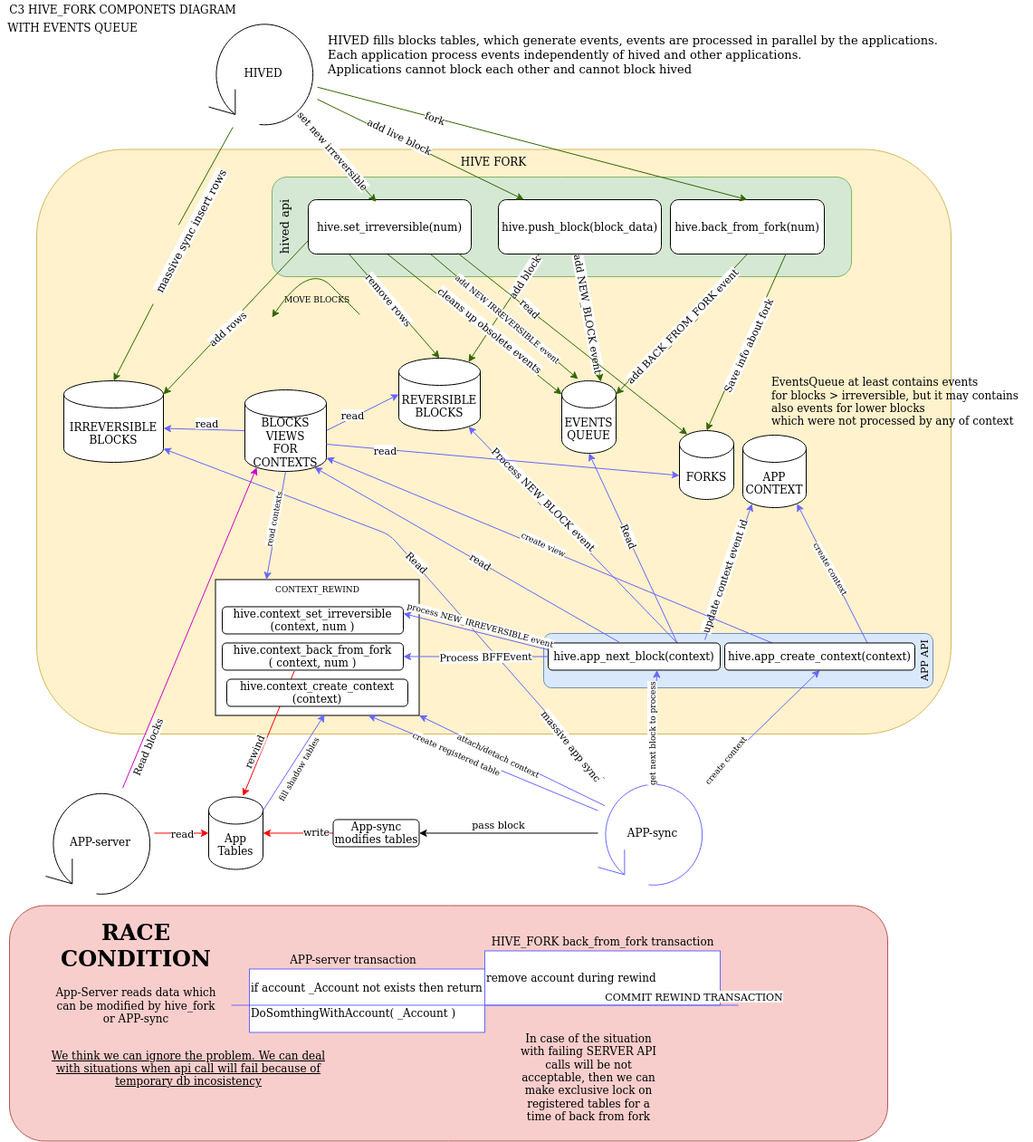
This is doc/evq_c3.png from openhive-network/HAfAH, a draw.io export, as it was before one commit. Source tidied: cells renumbered, new cells last; positions are measured from the earlier drawing's top-left corner, leaving out a move shared by most shapes.
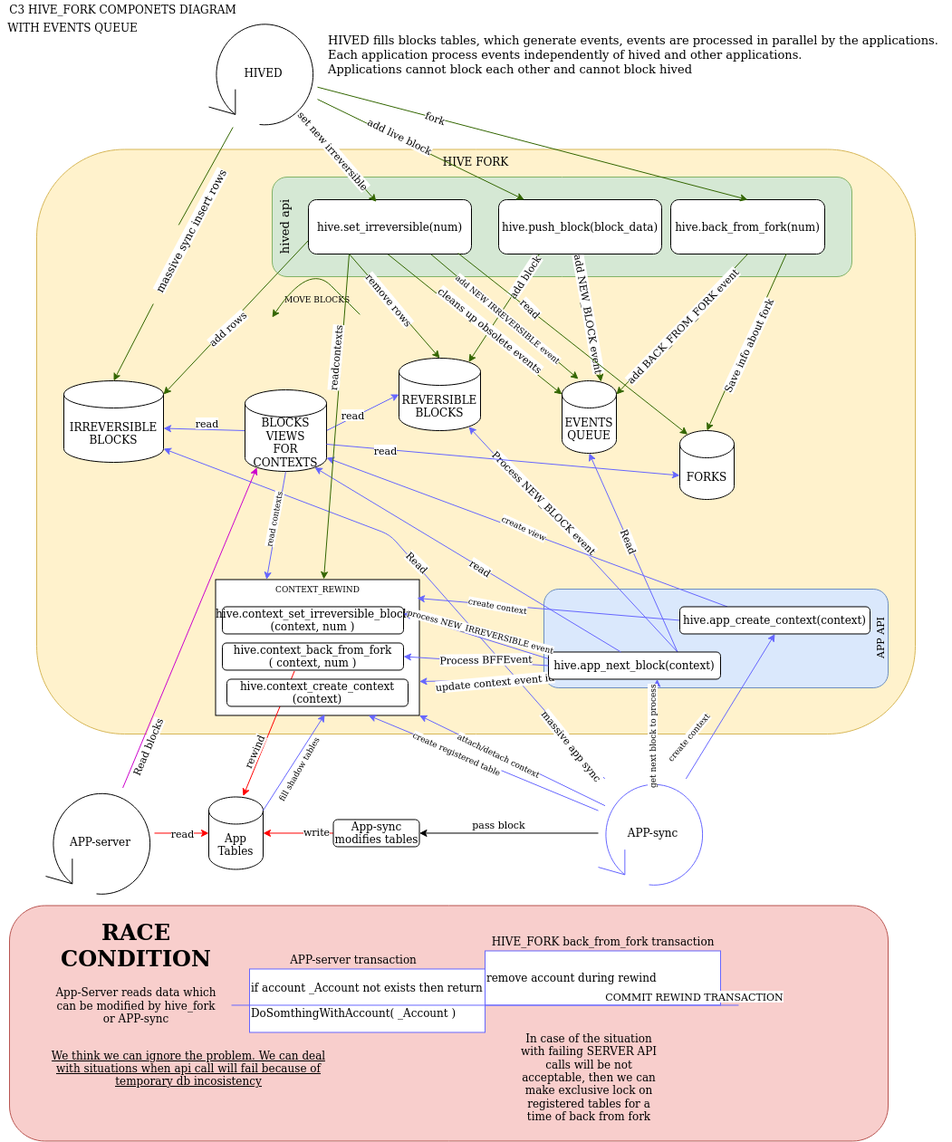
After the change.

The edit, as a diff of the source:
```diff
@@ -3,10 +3,10 @@
     <mxCell id="0" />
     <mxCell id="1" parent="0" />
     <mxCell id="2" value="HIVE FORK" style="rounded=1;whiteSpace=wrap;html=1;strokeColor=#d6b656;align=center;verticalAlign=top;fillColor=#fff2cc;" parent="1" vertex="1">
-      <mxGeometry x="40" y="164.5" width="1010" height="645.5" as="geometry" />
+      <mxGeometry x="40" y="164.5" width="970" height="645.5" as="geometry" />
     </mxCell>
     <mxCell id="3" value="&lt;div&gt;APP API&lt;br&gt;&lt;/div&gt;" style="rounded=1;whiteSpace=wrap;html=1;labelBackgroundColor=none;fontSize=11;align=center;horizontal=0;verticalAlign=bottom;fillColor=#dae8fc;strokeColor=#6c8ebf;" parent="1" vertex="1">
-      <mxGeometry x="600" y="699" width="430" height="60" as="geometry" />
+      <mxGeometry x="600" y="650" width="380" height="109" as="geometry" />
     </mxCell>
     <mxCell id="4" value="&lt;div&gt;hived api&lt;br&gt;&lt;/div&gt;" style="rounded=1;whiteSpace=wrap;html=1;labelBackgroundColor=none;fontSize=13;align=center;horizontal=0;verticalAlign=top;fillColor=#d5e8d4;strokeColor=#82b366;" parent="1" vertex="1">
       <mxGeometry x="300" y="195" width="640" height="110" as="geometry" />
@@ -183,16 +183,16 @@
         <mxPoint x="33" y="-10" as="offset" />
       </mxGeometry>
     </mxCell>
-    <mxCell id="49" style="edgeStyle=none;rounded=0;jettySize=auto;html=1;exitX=0.911;exitY=-0.116;exitDx=0;exitDy=0;entryX=0.145;entryY=1;entryDx=0;entryDy=-4.35;entryPerimeter=0;fontSize=13;fontColor=#000000;strokeColor=#6666FF;exitPerimeter=0;" parent="1" edge="1" source="51" target="106">
+    <mxCell id="49" style="edgeStyle=none;rounded=0;jettySize=auto;html=1;exitX=0;exitY=1;exitDx=0;exitDy=0;entryX=1;entryY=0.75;entryDx=0;entryDy=0;fontSize=13;fontColor=#000000;strokeColor=#6666FF;" parent="1" edge="1" source="51" target="81">
       <mxGeometry relative="1" as="geometry" />
     </mxCell>
-    <mxCell id="50" value="&lt;font style=&quot;font-size: 11px;&quot;&gt;update context event id&lt;/font&gt;" style="edgeLabel;html=1;align=center;verticalAlign=middle;fontSize=11;fontColor=#000000;rotation=289;" parent="49" vertex="1">
+    <mxCell id="50" value="&lt;font style=&quot;font-size: 11px;&quot;&gt;update context event id&lt;/font&gt;" style="edgeLabel;html=1;align=center;verticalAlign=middle;fontSize=11;fontColor=#000000;rotation=-5;" parent="49" vertex="1">
       <mxGeometry x="0.38" y="-2" relative="1" as="geometry">
-        <mxPoint x="-16" y="33" as="offset" />
+        <mxPoint x="38" y="3" as="offset" />
       </mxGeometry>
     </mxCell>
     <mxCell id="51" value="hive.app_next_block(context)" style="rounded=1;whiteSpace=wrap;html=1;fontColor=#000000;align=center;" parent="1" vertex="1">
-      <mxGeometry x="605" y="709.5" width="190" height="30" as="geometry" />
+      <mxGeometry x="605" y="719.5" width="190" height="30" as="geometry" />
     </mxCell>
     <mxCell id="52" style="endArrow=classic;html=1;fontColor=#000000;exitX=0.421;exitY=0;exitDx=0;exitDy=0;exitPerimeter=0;strokeColor=#6666FF;entryX=0.855;entryY=1;entryDx=0;entryDy=-4.35;entryPerimeter=0;" parent="1" edge="1" source="51" target="78">
       <mxGeometry relative="1" as="geometry" />
@@ -257,9 +257,6 @@
         <mxPoint x="785" y="1104.5" as="targetPoint" />
       </mxGeometry>
     </mxCell>
-    <mxCell id="69" value="&lt;div align=&quot;left&quot;&gt;EventsQueue at least contains events&lt;/div&gt;&lt;div align=&quot;left&quot;&gt;for blocks &amp;gt; irreversible, but it may contains&lt;/div&gt;&lt;div align=&quot;left&quot;&gt;also events for lower blocks&lt;/div&gt;&lt;div align=&quot;left&quot;&gt;which were not processed by any of context&lt;br&gt;&lt;/div&gt;&lt;div align=&quot;left&quot;&gt;&lt;br&gt;&lt;/div&gt;" style="text;html=1;align=left;verticalAlign=middle;strokeColor=none;fontColor=#000000;" parent="1" vertex="1">
-      <mxGeometry x="850" y="410" width="290" height="80" as="geometry" />
-    </mxCell>
     <mxCell id="70" value="We think we can ignore the problem. We can deal with situations when api call will fail because of temporary db incosistency" style="text;html=1;strokeColor=none;fillColor=none;align=center;verticalAlign=middle;whiteSpace=wrap;rounded=0;labelBackgroundColor=none;fontColor=#000000;fontStyle=4;" parent="1" vertex="1">
       <mxGeometry x="47.5" y="1169.5" width="320" height="20" as="geometry" />
     </mxCell>
@@ -341,7 +338,7 @@
         <mxPoint x="-58" y="56" as="offset" />
       </mxGeometry>
     </mxCell>
-    <mxCell id="93" value="&lt;div&gt;hive.context_set_irreversible&lt;/div&gt;&lt;div&gt;(context, num )&lt;/div&gt;" style="rounded=1;whiteSpace=wrap;html=1;fontColor=#000000;align=center;" parent="1" vertex="1">
+    <mxCell id="93" value="&lt;div&gt;hive.context_set_irreversible_block&lt;/div&gt;&lt;div&gt;(context, num )&lt;/div&gt;" style="rounded=1;whiteSpace=wrap;html=1;fontColor=#000000;align=center;" parent="1" vertex="1">
       <mxGeometry x="245" y="669.5" width="200" height="30" as="geometry" />
     </mxCell>
     <mxCell id="94" style="edgeStyle=none;rounded=0;jettySize=auto;html=1;exitX=0;exitY=0.25;exitDx=0;exitDy=0;entryX=1;entryY=0.25;entryDx=0;entryDy=0;fontSize=9;fontColor=#000000;strokeColor=#6666FF;" parent="1" edge="1" source="51" target="93">
@@ -352,12 +349,12 @@
         <mxPoint x="-26" y="-17" as="offset" />
       </mxGeometry>
     </mxCell>
-    <mxCell id="96" style="edgeStyle=none;rounded=0;jettySize=auto;html=1;exitX=0.75;exitY=0;exitDx=0;exitDy=0;entryX=0.855;entryY=1;entryDx=0;entryDy=-4.35;fontSize=9;fontColor=#000000;strokeColor=#6666FF;entryPerimeter=0;" parent="1" edge="1" source="100" target="106">
+    <mxCell id="96" style="edgeStyle=none;rounded=0;jettySize=auto;html=1;exitX=0;exitY=0.5;exitDx=0;exitDy=0;entryX=0.989;entryY=0.137;entryDx=0;entryDy=0;fontSize=9;fontColor=#000000;strokeColor=#6666FF;entryPerimeter=0;" parent="1" edge="1" source="100" target="81">
       <mxGeometry relative="1" as="geometry" />
     </mxCell>
-    <mxCell id="97" value="create context" style="edgeLabel;html=1;align=center;verticalAlign=middle;fontSize=9;fontColor=#000000;rotation=60;" parent="96" vertex="1">
+    <mxCell id="97" value="create context" style="edgeLabel;html=1;align=center;verticalAlign=middle;fontSize=9;fontColor=#000000;rotation=10;" parent="96" vertex="1">
       <mxGeometry x="0.19" relative="1" as="geometry">
-        <mxPoint x="6" y="9" as="offset" />
+        <mxPoint x="-29" y="-2" as="offset" />
       </mxGeometry>
     </mxCell>
     <mxCell id="98" style="edgeStyle=none;rounded=0;jettySize=auto;html=1;exitX=0.25;exitY=0;exitDx=0;exitDy=0;entryX=1;entryY=1;entryDx=0;entryDy=-15;entryPerimeter=0;fontSize=9;fontColor=#000000;strokeColor=#6666FF;" parent="1" edge="1" source="100" target="78">
@@ -369,7 +366,7 @@
       </mxGeometry>
     </mxCell>
     <mxCell id="100" value="hive.app_create_context(context)" style="rounded=1;whiteSpace=wrap;html=1;fontColor=#000000;align=center;" parent="1" vertex="1">
-      <mxGeometry x="800" y="709.5" width="210" height="30" as="geometry" />
+      <mxGeometry x="750" y="669.5" width="210" height="30" as="geometry" />
     </mxCell>
     <mxCell id="101" value="&lt;div&gt;hive.context_create_context&lt;/div&gt;&lt;div&gt;(context)&lt;/div&gt;" style="rounded=1;whiteSpace=wrap;html=1;fontColor=#000000;align=center;" parent="1" vertex="1">
       <mxGeometry x="250" y="749.5" width="200" height="30" as="geometry" />
@@ -396,9 +393,6 @@
         </Array>
       </mxGeometry>
     </mxCell>
-    <mxCell id="106" value="APP CONTEXT" style="shape=cylinder3;whiteSpace=wrap;html=1;boundedLbl=1;backgroundOutline=1;size=15;fontColor=#000000;align=center;" parent="1" vertex="1">
-      <mxGeometry x="820" y="480" width="70" height="80" as="geometry" />
-    </mxCell>
     <mxCell id="107" value="massive sync insert rows" style="text;html=1;align=center;verticalAlign=middle;points=[];strokeColor=none;rotation=298;spacing=5;labelBackgroundColor=#ffffff;" parent="1" vertex="1">
       <mxGeometry x="120" y="240" width="180" height="30" as="geometry" />
     </mxCell>
@@ -428,5 +422,13 @@
     <mxCell id="115" value="read" style="edgeLabel;html=1;align=center;verticalAlign=middle;rotation=45;" parent="114" vertex="1">
       <mxGeometry x="-0.38" y="2" relative="1" as="geometry" />
     </mxCell>
+    <mxCell id="116" style="endArrow=classic;html=1;strokeColor=#336600;exitX=0.25;exitY=1;exitDx=0;exitDy=0;entryX=0.531;entryY=-0.003;entryDx=0;entryDy=0;entryPerimeter=0;" parent="1" edge="1" source="35" target="81">
+      <mxGeometry relative="1" as="geometry" />
+    </mxCell>
+    <mxCell id="117" value="readcontexts" style="edgeLabel;html=1;align=center;verticalAlign=middle;rotation=-85;" parent="116" vertex="1">
+      <mxGeometry x="0.58" y="1" relative="1" as="geometry">
+        <mxPoint x="6" y="-168" as="offset" />
+      </mxGeometry>
+    </mxCell>
   </root>
 </mxGraphModel>
```
